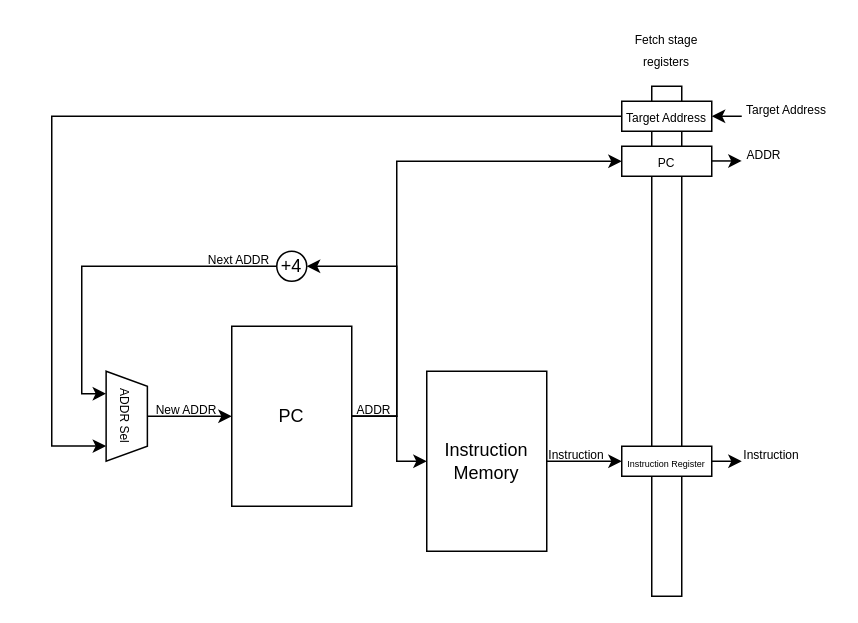
Above: page "Fetch stage" (2 of 6) of docs/imgs/microarchitecture/multi-cycle_datapath.drawio in WachirawichN/C0-CPU (draw.io), before the change. Source tidied: cells renumbered, new cells numbered last; positions are measured from the earlier drawing's top-left corner, leaving out a move shared by most shapes. Both pictures are drawn from the tidied source at 150%, with x=0, y=0 at pixel (51, 26).
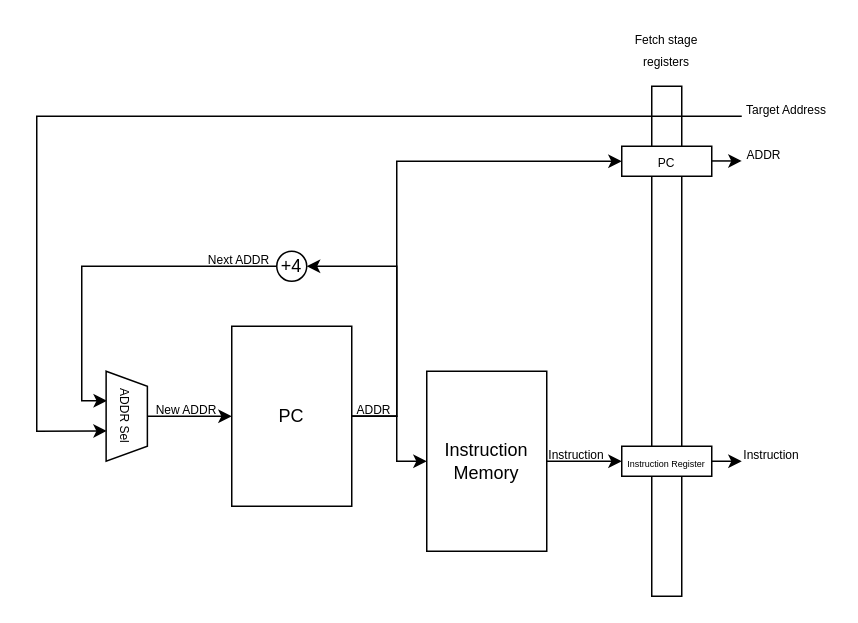
Above is the later version.

The change refers to these unchanged cells:
```xml
<mxCell id="4" value="&lt;font style=&quot;font-size: 8px;&quot;&gt;Target Address&lt;/font&gt;" style="text;html=1;whiteSpace=wrap;strokeColor=none;fillColor=none;align=center;verticalAlign=middle;rounded=0;" parent="1" vertex="1">
  <mxGeometry x="460" y="50" width="60" height="10" as="geometry" />
</mxCell>
<mxCell id="7" value="+4" style="ellipse;whiteSpace=wrap;html=1;" parent="1" vertex="1">
  <mxGeometry x="150" y="150" width="20" height="20" as="geometry" />
</mxCell>
<mxCell id="13" value="&lt;font style=&quot;font-size: 8px;&quot;&gt;ADDR Sel&lt;/font&gt;" style="shape=trapezoid;perimeter=trapezoidPerimeter;whiteSpace=wrap;html=1;fixedSize=1;rotation=90;size=10;" parent="1" vertex="1">
  <mxGeometry x="20" y="246.2" width="60" height="27.5" as="geometry" />
</mxCell>
<mxCell id="23" style="group;" parent="1" vertex="1">
  <mxGeometry x="380" width="60" height="380" as="geometry" />
</mxCell>
```

Diff of the diagram source:
```diff
@@
-    <mxCell id="3" style="edgeStyle=orthogonalEdgeStyle;rounded=0;jettySize=auto;html=1;entryX=1;entryY=0.5;entryDx=0;entryDy=0;exitX=0;exitY=1;exitDx=0;exitDy=0;" parent="1" edge="1" source="4">
-      <mxGeometry relative="1" as="geometry">
-        <mxPoint x="440" y="60" as="targetPoint" />
-      </mxGeometry>
-    </mxCell>
@@
-    <mxCell id="6" style="edgeStyle=orthogonalEdgeStyle;rounded=0;jettySize=auto;html=1;entryX=0.25;entryY=1;entryDx=0;entryDy=0;" parent="1" edge="1" source="7" target="13">
+    <mxCell id="6" style="edgeStyle=orthogonalEdgeStyle;rounded=0;jettySize=auto;html=1;entryX=0.329;entryY=0.98;entryDx=0;entryDy=0;entryPerimeter=0;" parent="1" edge="1" source="7" target="13">
       <mxGeometry relative="1" as="geometry">
         <Array as="points">
           <mxPoint x="20" y="160" />
-          <mxPoint x="20" y="245" />
+          <mxPoint x="20" y="250" />
         </Array>
       </mxGeometry>
     </mxCell>
@@
-    <mxCell id="14" style="edgeStyle=orthogonalEdgeStyle;rounded=0;jettySize=auto;html=1;entryX=0.832;entryY=0.999;entryDx=0;entryDy=0;entryPerimeter=0;exitX=0;exitY=0.5;exitDx=0;exitDy=0;" parent="1" edge="1" source="27" target="13">
-      <mxGeometry relative="1" as="geometry">
-        <Array as="points">
-          <mxPoint y="60" />
-          <mxPoint y="280" />
-        </Array>
-      </mxGeometry>
-    </mxCell>
@@
-    <mxCell id="27" value="&lt;font style=&quot;font-size: 8px;&quot;&gt;Target Address&lt;/font&gt;" style="rounded=0;whiteSpace=wrap;html=1;strokeColor=light-dark(#000000,#FFFFFF);fillColor=light-dark(#FFFFFF,#000000);" parent="23" vertex="1">
-      <mxGeometry y="50" width="60" height="20" as="geometry" />
-    </mxCell>
@@
+    <mxCell id="29" style="endArrow=classic;html=1;rounded=0;exitX=0;exitY=1;exitDx=0;exitDy=0;entryX=0.664;entryY=0.983;entryDx=0;entryDy=0;entryPerimeter=0;" parent="1" edge="1" source="4" target="13">
+      <mxGeometry relative="1" as="geometry">
+        <Array as="points">
+          <mxPoint x="-10" y="60" />
+          <mxPoint x="-10" y="270" />
+        </Array>
+      </mxGeometry>
+    </mxCell>
```
